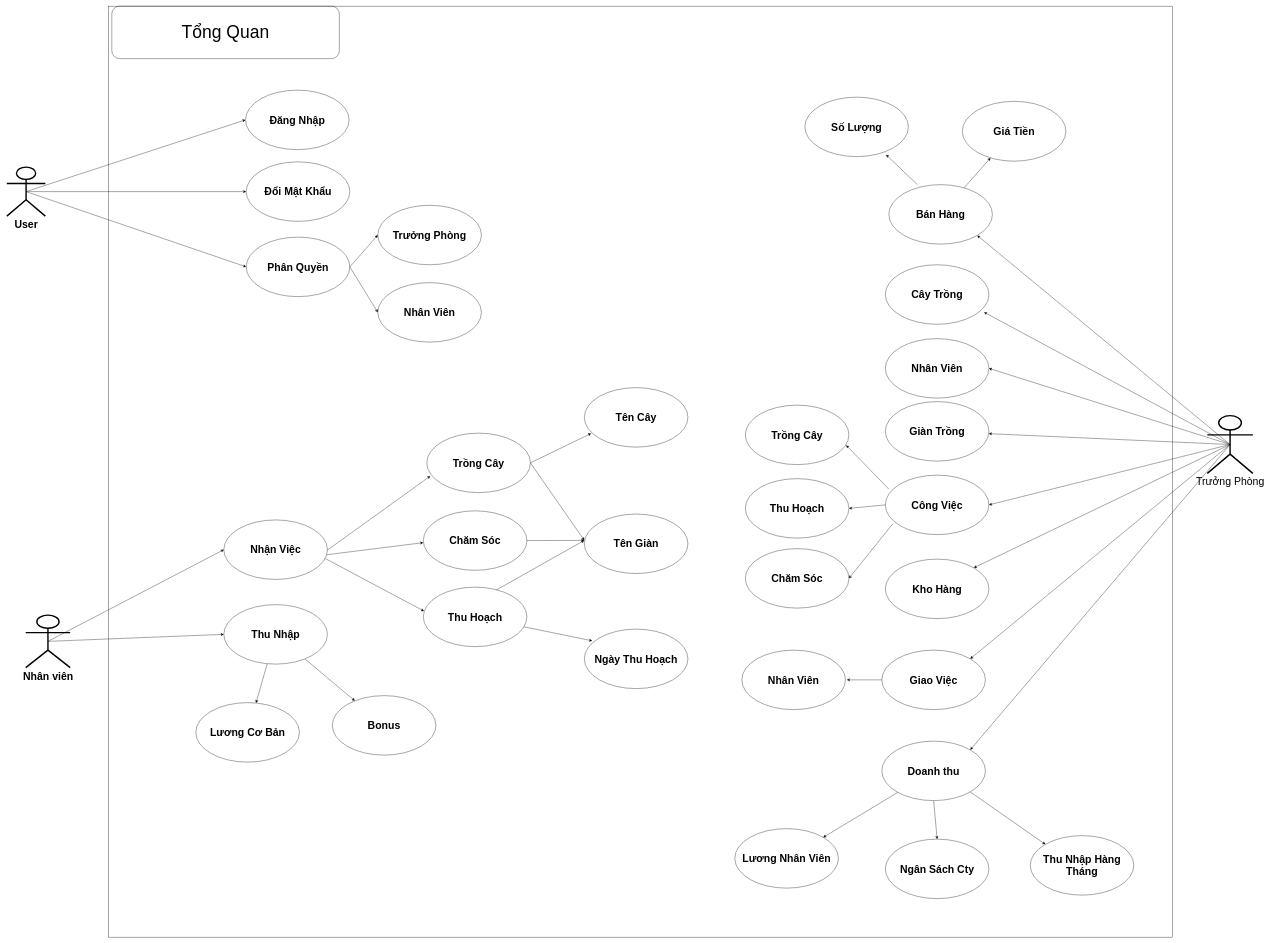
chunn24/Duan1 keeps this draw.io diagram as page "Tổng Quan" (1 of 4) of FarmSys/Document_nhom1/UserCase_FarmSys_Nhom1.drawio. Above is the earlier version. Source tidied: cells renumbered, new cells numbered last; positions are measured from the earlier drawing's top-left corner, leaving out a move shared by most shapes. Both pictures are drawn from the tidied source at 35%, with x=0, y=0 at pixel (7, 6).
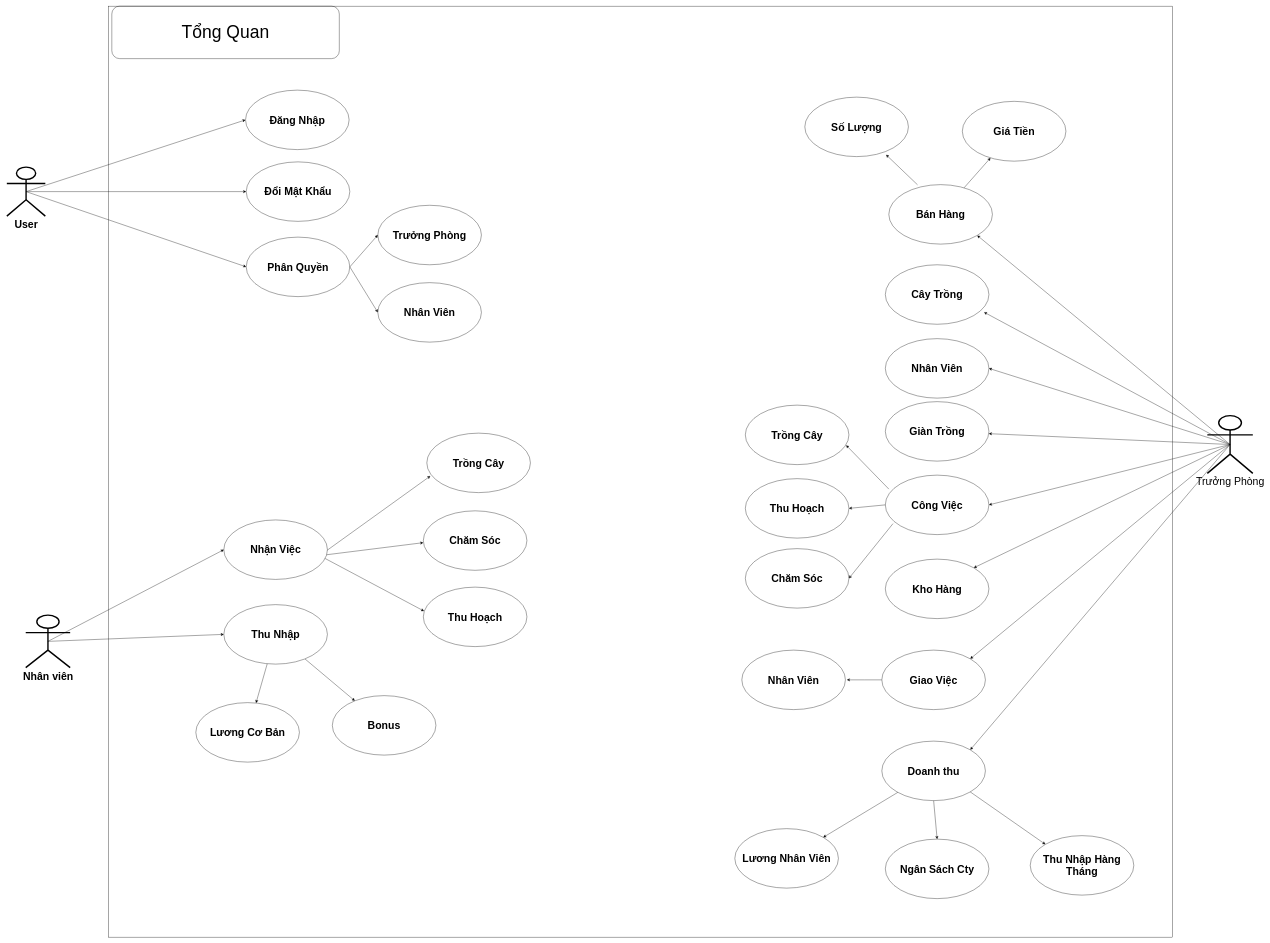
The same diagram, later.

The change refers to these unchanged cells:
```xml
<mxCell id="39" value="Trồng Cây" style="ellipse;whiteSpace=wrap;html=1;fontSize=30;fontStyle=1;" parent="1" vertex="1">
  <mxGeometry x="1200" y="1220" width="296" height="170" as="geometry" />
</mxCell>
<mxCell id="41" value="Chăm Sóc" style="ellipse;whiteSpace=wrap;html=1;fontSize=30;fontStyle=1;" parent="1" vertex="1">
  <mxGeometry x="1190" y="1442" width="296" height="170" as="geometry" />
</mxCell>
<mxCell id="42" value="Thu Hoạch" style="ellipse;whiteSpace=wrap;html=1;fontSize=30;fontStyle=1;" parent="1" vertex="1">
  <mxGeometry x="1190" y="1660" width="296" height="170" as="geometry" />
</mxCell>
```

What changed in the source:
```diff
@@
+    <mxCell id="72" style="rounded=0;whiteSpace=wrap;html=1;fontSize=30;verticalAlign=middle;fillColor=none;" parent="1" vertex="1">
+      <mxGeometry x="290" width="3040" height="2660" as="geometry" />
+    </mxCell>
@@
-    <mxCell id="17" style="endArrow=classic;html=1;rounded=0;entryX=0;entryY=1;entryDx=0;entryDy=0;exitX=1;exitY=0.5;exitDx=0;exitDy=0;" parent="1" edge="1" source="39">
-      <mxGeometry relative="1" as="geometry">
-        <mxPoint x="1669.5" y="1220.8" as="targetPoint" />
-      </mxGeometry>
-    </mxCell>
-    <mxCell id="18" style="endArrow=classic;html=1;rounded=0;entryX=0;entryY=0.5;entryDx=0;entryDy=0;startArrow=none;" parent="1" edge="1" source="41">
-      <mxGeometry relative="1" as="geometry">
-        <mxPoint x="1650" y="1526.5" as="targetPoint" />
-      </mxGeometry>
-    </mxCell>
-    <mxCell id="19" style="endArrow=classic;html=1;rounded=0;exitX=1;exitY=0.5;exitDx=0;exitDy=0;entryX=0;entryY=0.5;entryDx=0;entryDy=0;" parent="1" edge="1">
-      <mxGeometry relative="1" as="geometry">
-        <mxPoint x="1346.5" y="1697.5" as="sourcePoint" />
-        <mxPoint x="1650" y="1526.5" as="targetPoint" />
-      </mxGeometry>
-    </mxCell>
@@
-    <mxCell id="23" style="endArrow=classic;html=1;rounded=0;entryX=0;entryY=0;entryDx=0;entryDy=0;startArrow=none;" parent="1" edge="1" source="42">
-      <mxGeometry relative="1" as="geometry">
-        <mxPoint x="1672.7" y="1813.4" as="targetPoint" />
-      </mxGeometry>
-    </mxCell>
@@
-    <mxCell id="40" style="endArrow=classic;html=1;rounded=0;fontSize=30;entryX=0;entryY=0.5;entryDx=0;entryDy=0;exitX=1;exitY=0.5;exitDx=0;exitDy=0;" parent="1" edge="1" source="39">
-      <mxGeometry relative="1" as="geometry">
-        <mxPoint x="1650" y="1526.5" as="targetPoint" />
-      </mxGeometry>
-    </mxCell>
@@
-    <mxCell id="43" value="Tên Cây" style="ellipse;whiteSpace=wrap;html=1;fontSize=30;fontStyle=1;" parent="1" vertex="1">
-      <mxGeometry x="1650" y="1090" width="296" height="170" as="geometry" />
-    </mxCell>
-    <mxCell id="44" value="Tên Giàn" style="ellipse;whiteSpace=wrap;html=1;fontSize=30;fontStyle=1;" parent="1" vertex="1">
-      <mxGeometry x="1650" y="1451.2" width="296" height="170" as="geometry" />
-    </mxCell>
-    <mxCell id="45" value="Ngày Thu Hoạch" style="ellipse;whiteSpace=wrap;html=1;fontSize=30;fontStyle=1;" parent="1" vertex="1">
-      <mxGeometry x="1650" y="1780" width="296" height="170" as="geometry" />
-    </mxCell>
@@
-    <mxCell id="72" style="rounded=0;whiteSpace=wrap;html=1;fontSize=30;verticalAlign=middle;fillColor=none;" parent="1" vertex="1">
-      <mxGeometry x="290" width="3040" height="2660" as="geometry" />
-    </mxCell>
```
